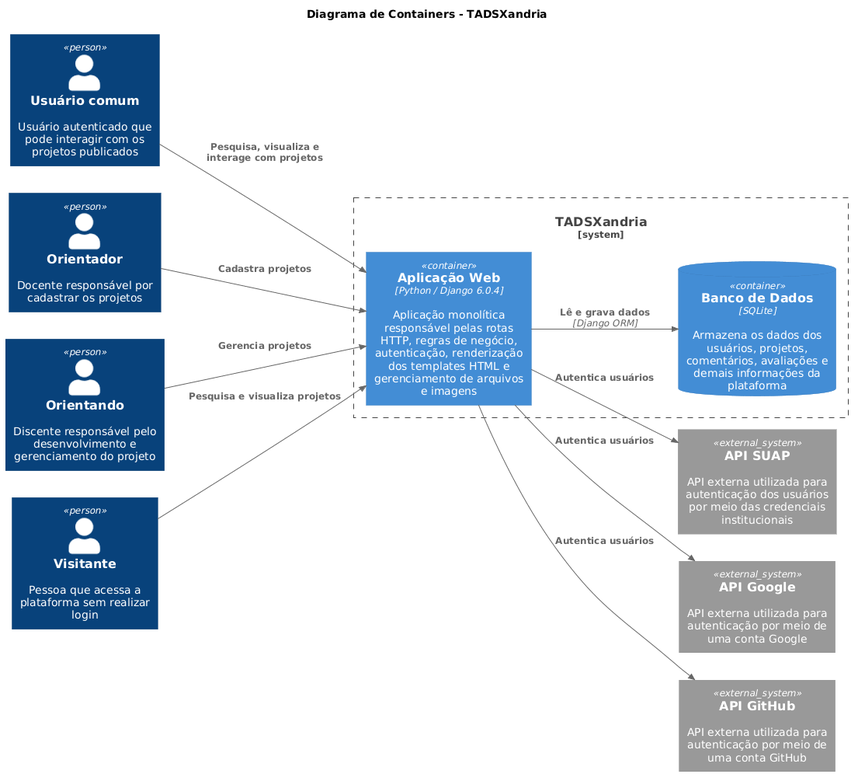
Earlier version of the PlantUML export Diagrama_Containers_tadsxandria.png (anabs-escolar/as-atividades). Source of this version:
```plantuml
@startuml
!include https://raw.githubusercontent.com/plantuml-stdlib/C4-PlantUML/master/C4_Container.puml

LAYOUT_LANDSCAPE()

title Diagrama de Containers - TADSXandria

Person(usuario, "Usuário comum", "Usuário autenticado que pode interagir com os projetos publicados")
Person(orientador, "Orientador", "Docente responsável por cadastrar os projetos")
Person(orientando, "Orientando", "Discente responsável pelo desenvolvimento e gerenciamento do projeto")
Person(visitante, "Visitante", "Pessoa que acessa a plataforma sem realizar login")

System_Boundary(system, "TADSXandria") {

    Container(web, "Aplicação Web", "Python / Django 6.0.4", "Aplicação monolítica responsável pelas rotas HTTP, regras de negócio, autenticação, renderização dos templates HTML e gerenciamento de arquivos e imagens")

    ContainerDb(db, "Banco de Dados", "SQLite", "Armazena os dados dos usuários, projetos, comentários, avaliações e demais informações da plataforma")
}

System_Ext(api_suap, "API SUAP", "API externa utilizada para autenticação dos usuários por meio das credenciais institucionais")
System_Ext(api_google, "API Google", "API externa utilizada para autenticação por meio de uma conta Google")
System_Ext(api_github, "API GitHub", "API externa utilizada para autenticação por meio de uma conta GitHub")

Rel(orientador, web, "Cadastra projetos")
Rel(orientando, web, "Gerencia projetos")
Rel(visitante, web, "Pesquisa e visualiza projetos")
Rel(usuario, web, "Pesquisa, visualiza e interage com projetos")

Rel(web, db, "Lê e grava dados", "Django ORM")

Rel(web, api_suap, "Autentica usuários")
Rel(web, api_google, "Autentica usuários")
Rel(web, api_github, "Autentica usuários")
@enduml
```
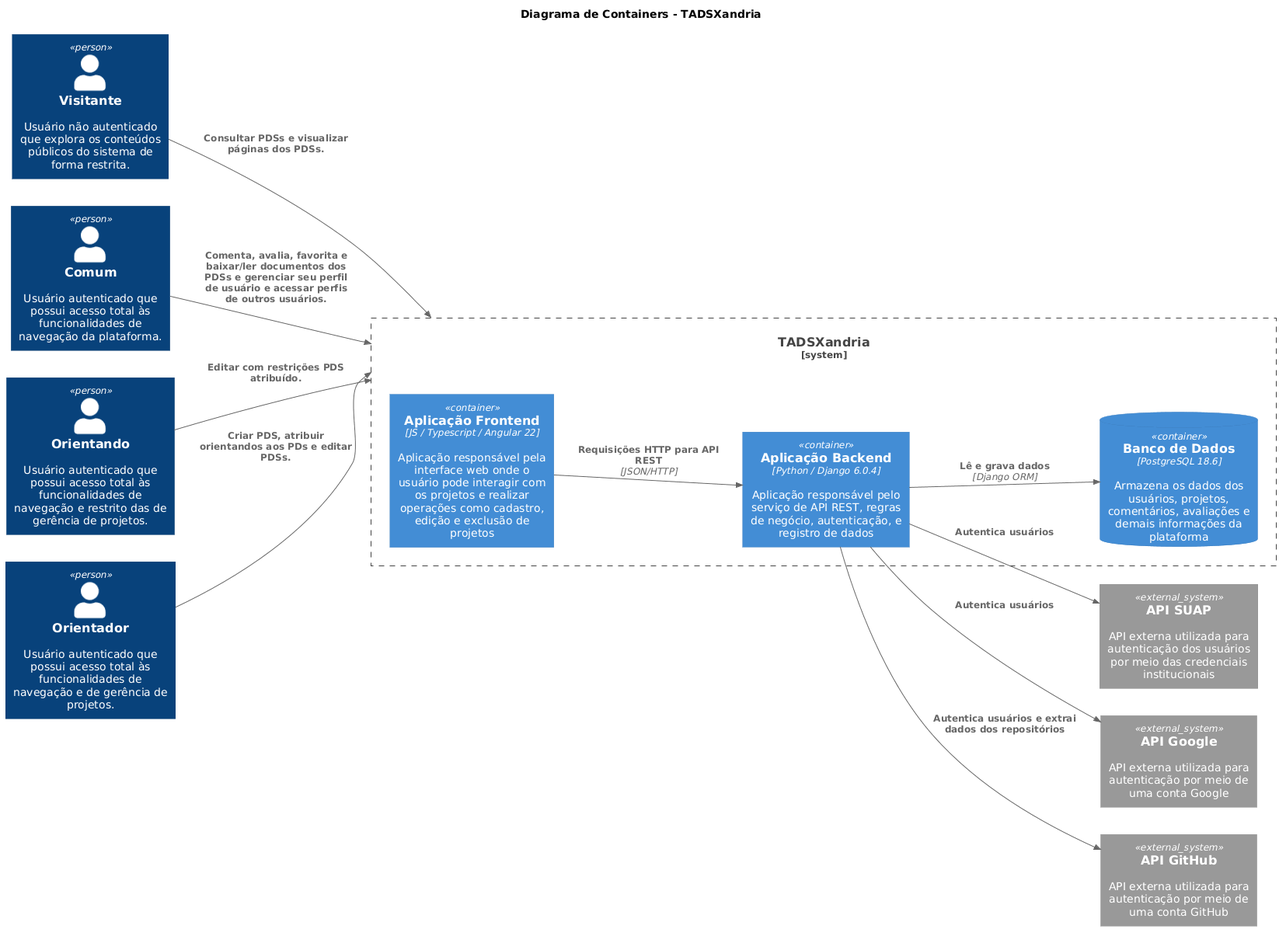
Above is the later version.

Change to the diagram source:
```diff
@@ -5,30 +5,36 @@
 
 title Diagrama de Containers - TADSXandria
 
-Person(usuario, "Usuário comum", "Usuário autenticado que pode interagir com os projetos publicados")
-Person(orientador, "Orientador", "Docente responsável por cadastrar os projetos")
-Person(orientando, "Orientando", "Discente responsável pelo desenvolvimento e gerenciamento do projeto")
-Person(visitante, "Visitante", "Pessoa que acessa a plataforma sem realizar login")
+Person(visitante, "Visitante", "Usuário não autenticado que explora os conteúdos públicos do sistema de forma restrita.")
+
+Person(usuario, "Comum", "Usuário autenticado que possui acesso total às funcionalidades de navegação da plataforma.")
+
+Person(orientando, "Orientando", "Usuário autenticado que possui acesso total às funcionalidades de navegação e restrito das de gerência de projetos.")
+
+Person(orientador, "Orientador", "Usuário autenticado que possui acesso total às funcionalidades de navegação e de gerência de projetos.")
 
 System_Boundary(system, "TADSXandria") {
 
-    Container(web, "Aplicação Web", "Python / Django 6.0.4", "Aplicação monolítica responsável pelas rotas HTTP, regras de negócio, autenticação, renderização dos templates HTML e gerenciamento de arquivos e imagens")
+    Container(back, "Aplicação Backend", "Python / Django 6.0.4", "Aplicação responsável pelo serviço de API REST, regras de negócio, autenticação, e registro de dados")
 
-    ContainerDb(db, "Banco de Dados", "SQLite", "Armazena os dados dos usuários, projetos, comentários, avaliações e demais informações da plataforma")
+    Container(front, "Aplicação Frontend", "JS / Typescript / Angular 22", "Aplicação responsável pela interface web onde o usuário pode interagir com os projetos e realizar operações como cadastro, edição e exclusão de projetos")
+
+    ContainerDb(db, "Banco de Dados", "PostgreSQL 18.6", "Armazena os dados dos usuários, projetos, comentários, avaliações e demais informações da plataforma")
 }
 
 System_Ext(api_suap, "API SUAP", "API externa utilizada para autenticação dos usuários por meio das credenciais institucionais")
 System_Ext(api_google, "API Google", "API externa utilizada para autenticação por meio de uma conta Google")
 System_Ext(api_github, "API GitHub", "API externa utilizada para autenticação por meio de uma conta GitHub")
 
-Rel(orientador, web, "Cadastra projetos")
-Rel(orientando, web, "Gerencia projetos")
-Rel(visitante, web, "Pesquisa e visualiza projetos")
-Rel(usuario, web, "Pesquisa, visualiza e interage com projetos")
+Rel(visitante, system, "Consultar PDSs e visualizar páginas dos PDSs.")
+Rel(usuario, system, "Comenta, avalia, favorita e baixar/ler documentos dos PDSs e gerenciar seu perfil de usuário e acessar perfis de outros usuários.")
+Rel(orientando, system, "Editar com restrições PDS atribuído.")
+Rel(orientador, system, "Criar PDS, atribuir orientandos aos PDs e editar PDSs.")
 
-Rel(web, db, "Lê e grava dados", "Django ORM")
+Rel(front, back, "Requisições HTTP para API REST", "JSON/HTTP")
+Rel(back, db, "Lê e grava dados", "Django ORM")
 
-Rel(web, api_suap, "Autentica usuários")
-Rel(web, api_google, "Autentica usuários")
-Rel(web, api_github, "Autentica usuários")
+Rel(back, api_suap, "Autentica usuários")
+Rel(back, api_google, "Autentica usuários")
+Rel(back, api_github, "Autentica usuários e extrai dados dos repositórios")
 @enduml
```
